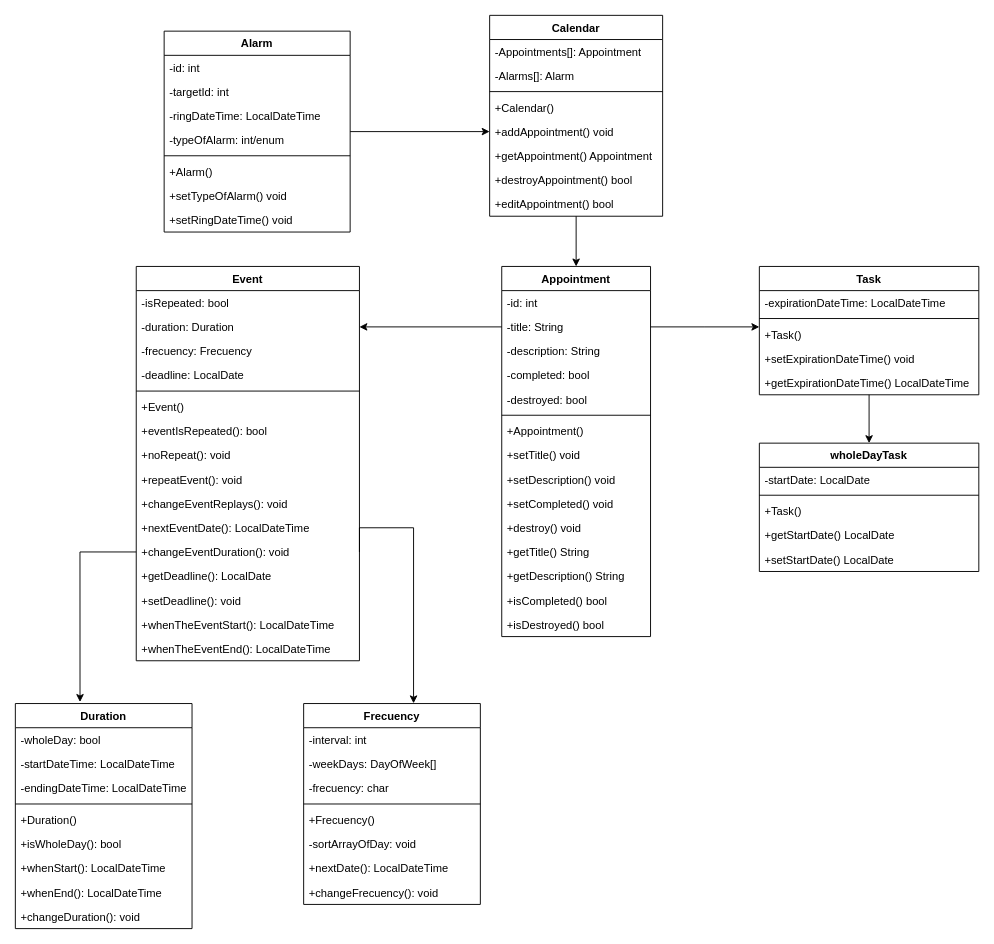
This is doc/UML-Calendar_Class_Diagram.drawio from gmenendez0/Calendar, a draw.io file, before an edit. Source tidied: cells renumbered, new cells numbered last; positions are measured from the earlier drawing's top-left corner, leaving out a move shared by most shapes. Both pictures are drawn from the tidied source at 93%, with x=0, y=0 at pixel (15, 15).
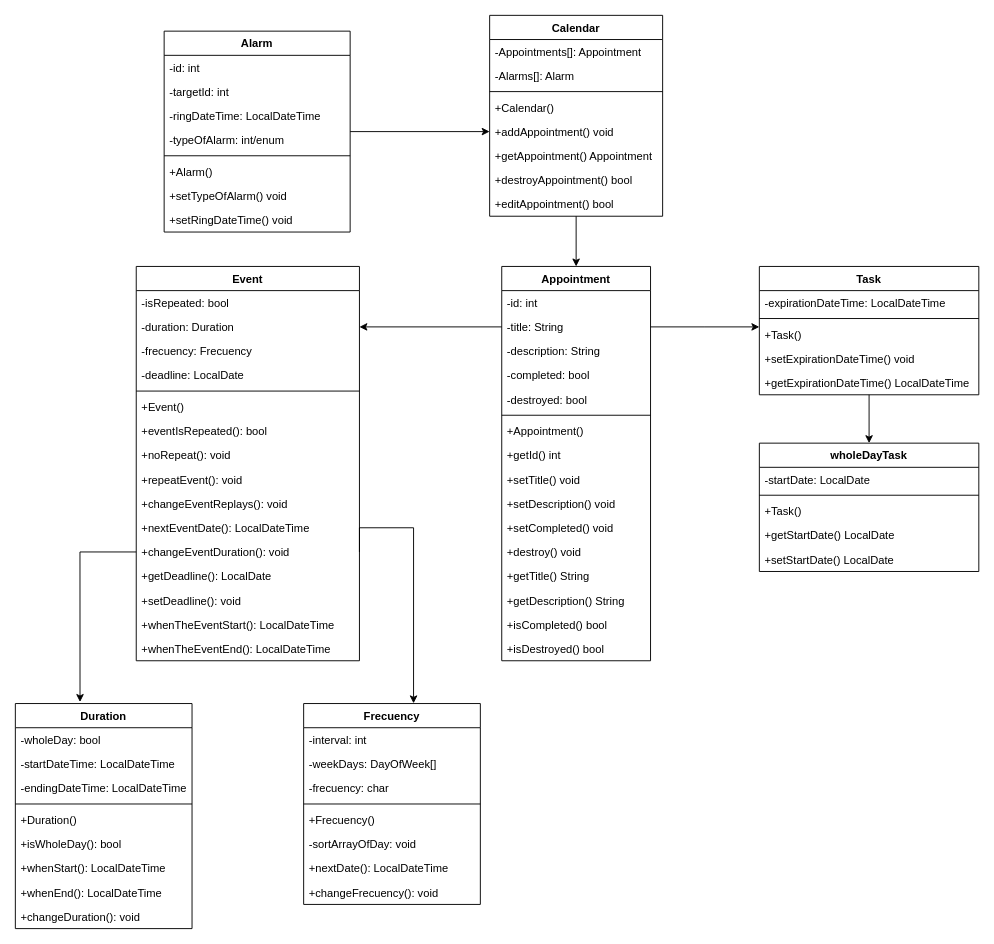
The same page after the edit.

Commit message (it also covers changes not shown here):
-Se agrega el metodo getId a la clase Appointment.

The edit, as a diff of the source:
```diff
@@
     <mxCell id="36" value="Appointment" style="swimlane;fontStyle=1;align=center;verticalAlign=top;horizontal=1;startSize=26;" parent="1" vertex="1">
-      <mxGeometry x="523" y="270" width="160" height="398" as="geometry" />
+      <mxGeometry x="523" y="270" width="160" height="424" as="geometry" />
     </mxCell>
@@
+    <mxCell id="91" value="+getId() int" style="text;strokeColor=none;fillColor=none;align=left;verticalAlign=top;spacingLeft=4;spacingRight=4;overflow=hidden;" parent="36" vertex="1">
+      <mxGeometry y="190" width="160" height="26" as="geometry" />
+    </mxCell>
     <mxCell id="44" value="+setTitle() void" style="text;strokeColor=none;fillColor=none;align=left;verticalAlign=top;spacingLeft=4;spacingRight=4;overflow=hidden;" parent="36" vertex="1">
-      <mxGeometry y="190" width="160" height="26" as="geometry" />
+      <mxGeometry y="216" width="160" height="26" as="geometry" />
     </mxCell>
     <mxCell id="45" value="+setDescription() void" style="text;strokeColor=none;fillColor=none;align=left;verticalAlign=top;spacingLeft=4;spacingRight=4;overflow=hidden;" parent="36" vertex="1">
-      <mxGeometry y="216" width="160" height="26" as="geometry" />
+      <mxGeometry y="242" width="160" height="26" as="geometry" />
     </mxCell>
     <mxCell id="46" value="+setCompleted() void" style="text;strokeColor=none;fillColor=none;align=left;verticalAlign=top;spacingLeft=4;spacingRight=4;overflow=hidden;" parent="36" vertex="1">
-      <mxGeometry y="242" width="160" height="26" as="geometry" />
+      <mxGeometry y="268" width="160" height="26" as="geometry" />
     </mxCell>
     <mxCell id="47" value="+destroy() void" style="text;strokeColor=none;fillColor=none;align=left;verticalAlign=top;spacingLeft=4;spacingRight=4;overflow=hidden;" parent="36" vertex="1">
-      <mxGeometry y="268" width="160" height="26" as="geometry" />
+      <mxGeometry y="294" width="160" height="26" as="geometry" />
     </mxCell>
     <mxCell id="48" value="+getTitle() String" style="text;strokeColor=none;fillColor=none;align=left;verticalAlign=top;spacingLeft=4;spacingRight=4;overflow=hidden;" parent="36" vertex="1">
-      <mxGeometry y="294" width="160" height="26" as="geometry" />
+      <mxGeometry y="320" width="160" height="26" as="geometry" />
     </mxCell>
     <mxCell id="49" value="+getDescription() String" style="text;strokeColor=none;fillColor=none;align=left;verticalAlign=top;spacingLeft=4;spacingRight=4;overflow=hidden;" parent="36" vertex="1">
-      <mxGeometry y="320" width="160" height="26" as="geometry" />
+      <mxGeometry y="346" width="160" height="26" as="geometry" />
     </mxCell>
     <mxCell id="50" value="+isCompleted() bool" style="text;strokeColor=none;fillColor=none;align=left;verticalAlign=top;spacingLeft=4;spacingRight=4;overflow=hidden;" parent="36" vertex="1">
-      <mxGeometry y="346" width="160" height="26" as="geometry" />
+      <mxGeometry y="372" width="160" height="26" as="geometry" />
     </mxCell>
     <mxCell id="51" value="+isDestroyed() bool" style="text;strokeColor=none;fillColor=none;align=left;verticalAlign=top;spacingLeft=4;spacingRight=4;overflow=hidden;" parent="36" vertex="1">
-      <mxGeometry y="372" width="160" height="26" as="geometry" />
+      <mxGeometry y="398" width="160" height="26" as="geometry" />
     </mxCell>
```
